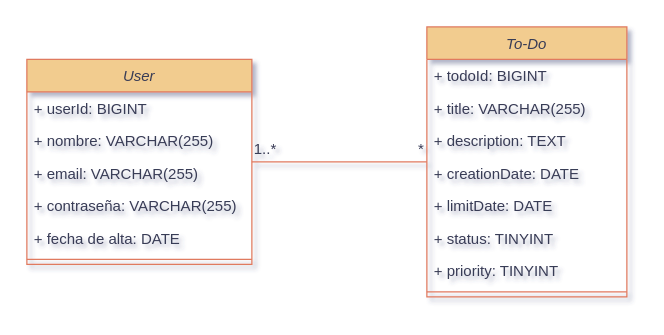
Before: BDA-P2.drawio in UlloaSP/BDA-P2, a draw.io diagram. Source tidied: cells renumbered, new cells numbered last; positions are measured from the earlier drawing's top-left corner, leaving out a move shared by most shapes. Both pictures are drawn from the tidied source at 125%, with x=0, y=0 at pixel (26, 26).
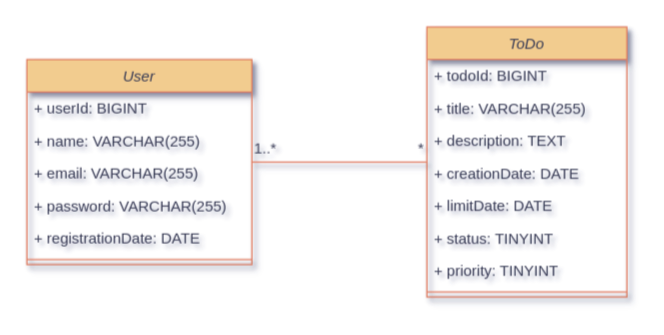
The same page after the edit.

The edit, as a diff of the source:
```diff
@@
-    <mxCell id="2" value="User" style="swimlane;fontStyle=2;align=center;verticalAlign=top;horizontal=1;startSize=26;rounded=0;shadow=0;strokeWidth=1;labelBackgroundColor=none;fillColor=#F2CC8F;strokeColor=#E07A5F;fontColor=#393C56;" parent="1" vertex="1">
+    <mxCell id="2" value="User" style="swimlane;fontStyle=2;align=center;verticalAlign=top;horizontal=1;startSize=26;rounded=0;shadow=1;strokeWidth=1;labelBackgroundColor=none;fillColor=#F2CC8F;strokeColor=#E07A5F;fontColor=#393C56;" parent="1" vertex="1">
       <mxGeometry y="26" width="180" height="164" as="geometry" />
     </mxCell>
-    <mxCell id="3" value="+ userId: BIGINT" style="text;align=left;verticalAlign=top;spacingLeft=4;spacingRight=4;overflow=hidden;labelBackgroundColor=none;fontColor=#393C56;" parent="2" vertex="1">
+    <mxCell id="3" value="+ userId: BIGINT" style="text;align=left;verticalAlign=top;spacingLeft=4;spacingRight=4;overflow=hidden;labelBackgroundColor=none;fontColor=#393C56;shadow=1;" parent="2" vertex="1">
       <mxGeometry y="26" width="180" height="26" as="geometry" />
     </mxCell>
-    <mxCell id="4" value="+ nombre: VARCHAR(255)" style="text;align=left;verticalAlign=top;spacingLeft=4;spacingRight=4;overflow=hidden;rounded=0;shadow=0;html=0;labelBackgroundColor=none;fontColor=#393C56;" parent="2" vertex="1">
+    <mxCell id="4" value="+ name: VARCHAR(255)" style="text;align=left;verticalAlign=top;spacingLeft=4;spacingRight=4;overflow=hidden;rounded=0;shadow=1;html=0;labelBackgroundColor=none;fontColor=#393C56;" parent="2" vertex="1">
       <mxGeometry y="52" width="180" height="26" as="geometry" />
     </mxCell>
-    <mxCell id="5" value="+ email: VARCHAR(255)" style="text;align=left;verticalAlign=top;spacingLeft=4;spacingRight=4;overflow=hidden;rounded=0;shadow=0;html=0;labelBackgroundColor=none;fontColor=#393C56;" parent="2" vertex="1">
+    <mxCell id="5" value="+ email: VARCHAR(255)" style="text;align=left;verticalAlign=top;spacingLeft=4;spacingRight=4;overflow=hidden;rounded=0;shadow=1;html=0;labelBackgroundColor=none;fontColor=#393C56;" parent="2" vertex="1">
       <mxGeometry y="78" width="180" height="26" as="geometry" />
     </mxCell>
-    <mxCell id="6" value="+ contraseña: VARCHAR(255)" style="text;align=left;verticalAlign=top;spacingLeft=4;spacingRight=4;overflow=hidden;rounded=0;shadow=0;html=0;labelBackgroundColor=none;fontColor=#393C56;" parent="2" vertex="1">
+    <mxCell id="6" value="+ password: VARCHAR(255)" style="text;align=left;verticalAlign=top;spacingLeft=4;spacingRight=4;overflow=hidden;rounded=0;shadow=1;html=0;labelBackgroundColor=none;fontColor=#393C56;" parent="2" vertex="1">
       <mxGeometry y="104" width="180" height="26" as="geometry" />
     </mxCell>
-    <mxCell id="7" value="+ fecha de alta: DATE" style="text;align=left;verticalAlign=top;spacingLeft=4;spacingRight=4;overflow=hidden;rounded=0;shadow=0;html=0;labelBackgroundColor=none;fontColor=#393C56;" parent="2" vertex="1">
+    <mxCell id="7" value="+ registrationDate: DATE" style="text;align=left;verticalAlign=top;spacingLeft=4;spacingRight=4;overflow=hidden;rounded=0;shadow=1;html=0;labelBackgroundColor=none;fontColor=#393C56;" parent="2" vertex="1">
       <mxGeometry y="130" width="180" height="26" as="geometry" />
     </mxCell>
-    <mxCell id="8" style="line;html=1;strokeWidth=1;align=left;verticalAlign=middle;spacingTop=-1;spacingLeft=3;spacingRight=3;labelPosition=right;labelBackgroundColor=none;fillColor=#F2CC8F;strokeColor=#E07A5F;fontColor=#393C56;" parent="2" vertex="1">
+    <mxCell id="8" style="line;html=1;strokeWidth=1;align=left;verticalAlign=middle;spacingTop=-1;spacingLeft=3;spacingRight=3;labelPosition=right;labelBackgroundColor=none;fillColor=#F2CC8F;strokeColor=#E07A5F;fontColor=#393C56;shadow=1;" parent="2" vertex="1">
       <mxGeometry y="156" width="180" height="8" as="geometry" />
     </mxCell>
-    <mxCell id="9" value="To-Do" style="swimlane;fontStyle=2;align=center;verticalAlign=top;horizontal=1;startSize=26;rounded=0;shadow=0;strokeWidth=1;labelBackgroundColor=none;fillColor=#F2CC8F;strokeColor=#E07A5F;fontColor=#393C56;" parent="1" vertex="1">
+    <mxCell id="9" value="ToDo" style="swimlane;fontStyle=2;align=center;verticalAlign=top;horizontal=1;startSize=26;rounded=0;shadow=1;strokeWidth=1;labelBackgroundColor=none;fillColor=#F2CC8F;strokeColor=#E07A5F;fontColor=#393C56;" parent="1" vertex="1">
       <mxGeometry x="320" width="160" height="216" as="geometry" />
     </mxCell>
-    <mxCell id="10" value="+ todoId: BIGINT" style="text;align=left;verticalAlign=top;spacingLeft=4;spacingRight=4;overflow=hidden;labelBackgroundColor=none;fontColor=#393C56;" parent="9" vertex="1">
+    <mxCell id="10" value="+ todoId: BIGINT" style="text;align=left;verticalAlign=top;spacingLeft=4;spacingRight=4;overflow=hidden;labelBackgroundColor=none;fontColor=#393C56;shadow=1;" parent="9" vertex="1">
       <mxGeometry y="26" width="160" height="26" as="geometry" />
     </mxCell>
-    <mxCell id="11" value="+ title: VARCHAR(255)" style="text;align=left;verticalAlign=top;spacingLeft=4;spacingRight=4;overflow=hidden;rounded=0;shadow=0;html=0;labelBackgroundColor=none;fontColor=#393C56;" parent="9" vertex="1">
+    <mxCell id="11" value="+ title: VARCHAR(255)" style="text;align=left;verticalAlign=top;spacingLeft=4;spacingRight=4;overflow=hidden;rounded=0;shadow=1;html=0;labelBackgroundColor=none;fontColor=#393C56;" parent="9" vertex="1">
       <mxGeometry y="52" width="160" height="26" as="geometry" />
     </mxCell>
-    <mxCell id="12" value="+ description: TEXT" style="text;align=left;verticalAlign=top;spacingLeft=4;spacingRight=4;overflow=hidden;rounded=0;shadow=0;html=0;labelBackgroundColor=none;fontColor=#393C56;" parent="9" vertex="1">
+    <mxCell id="12" value="+ description: TEXT" style="text;align=left;verticalAlign=top;spacingLeft=4;spacingRight=4;overflow=hidden;rounded=0;shadow=1;html=0;labelBackgroundColor=none;fontColor=#393C56;" parent="9" vertex="1">
       <mxGeometry y="78" width="160" height="26" as="geometry" />
     </mxCell>
-    <mxCell id="13" value="+ creationDate: DATE" style="text;align=left;verticalAlign=top;spacingLeft=4;spacingRight=4;overflow=hidden;rounded=0;shadow=0;html=0;labelBackgroundColor=none;fontColor=#393C56;" parent="9" vertex="1">
+    <mxCell id="13" value="+ creationDate: DATE" style="text;align=left;verticalAlign=top;spacingLeft=4;spacingRight=4;overflow=hidden;rounded=0;shadow=1;html=0;labelBackgroundColor=none;fontColor=#393C56;" parent="9" vertex="1">
       <mxGeometry y="104" width="160" height="26" as="geometry" />
     </mxCell>
-    <mxCell id="14" value="+ limitDate: DATE" style="text;align=left;verticalAlign=top;spacingLeft=4;spacingRight=4;overflow=hidden;rounded=0;shadow=0;html=0;labelBackgroundColor=none;fontColor=#393C56;" parent="9" vertex="1">
+    <mxCell id="14" value="+ limitDate: DATE" style="text;align=left;verticalAlign=top;spacingLeft=4;spacingRight=4;overflow=hidden;rounded=0;shadow=1;html=0;labelBackgroundColor=none;fontColor=#393C56;" parent="9" vertex="1">
       <mxGeometry y="130" width="160" height="26" as="geometry" />
     </mxCell>
-    <mxCell id="15" value="+ status: TINYINT" style="text;align=left;verticalAlign=top;spacingLeft=4;spacingRight=4;overflow=hidden;rounded=0;shadow=0;html=0;labelBackgroundColor=none;fontColor=#393C56;" parent="9" vertex="1">
+    <mxCell id="15" value="+ status: TINYINT" style="text;align=left;verticalAlign=top;spacingLeft=4;spacingRight=4;overflow=hidden;rounded=0;shadow=1;html=0;labelBackgroundColor=none;fontColor=#393C56;" parent="9" vertex="1">
       <mxGeometry y="156" width="160" height="26" as="geometry" />
     </mxCell>
-    <mxCell id="16" value="+ priority: TINYINT" style="text;align=left;verticalAlign=top;spacingLeft=4;spacingRight=4;overflow=hidden;rounded=0;shadow=0;html=0;labelBackgroundColor=none;fontColor=#393C56;" parent="9" vertex="1">
+    <mxCell id="16" value="+ priority: TINYINT" style="text;align=left;verticalAlign=top;spacingLeft=4;spacingRight=4;overflow=hidden;rounded=0;shadow=1;html=0;labelBackgroundColor=none;fontColor=#393C56;" parent="9" vertex="1">
       <mxGeometry y="182" width="160" height="26" as="geometry" />
     </mxCell>
-    <mxCell id="17" style="line;html=1;strokeWidth=1;align=left;verticalAlign=middle;spacingTop=-1;spacingLeft=3;spacingRight=3;labelPosition=right;labelBackgroundColor=none;fillColor=#F2CC8F;strokeColor=#E07A5F;fontColor=#393C56;" parent="9" vertex="1">
+    <mxCell id="17" style="line;html=1;strokeWidth=1;align=left;verticalAlign=middle;spacingTop=-1;spacingLeft=3;spacingRight=3;labelPosition=right;labelBackgroundColor=none;fillColor=#F2CC8F;strokeColor=#E07A5F;fontColor=#393C56;shadow=1;" parent="9" vertex="1">
       <mxGeometry y="208" width="160" height="8" as="geometry" />
     </mxCell>
-    <mxCell id="18" style="endArrow=none;html=1;rounded=0;hachureGap=4;fontFamily=Architects Daughter;curved=0;strokeColor=#E07A5F;labelBackgroundColor=none;fontColor=default;" parent="1" edge="1" source="2" target="9">
+    <mxCell id="18" style="endArrow=none;html=1;rounded=0;hachureGap=4;fontFamily=Architects Daughter;curved=0;strokeColor=#E07A5F;labelBackgroundColor=none;fontColor=default;shadow=1;" parent="1" edge="1" source="2" target="9">
       <mxGeometry relative="1" as="geometry" />
     </mxCell>
-    <mxCell id="19" value="&lt;p align=&quot;left&quot;&gt;1..*&lt;/p&gt;" style="text;html=1;align=left;verticalAlign=middle;whiteSpace=wrap;rounded=0;fontFamily=Helvetica;fontStyle=0;labelBackgroundColor=none;fontColor=#393C56;" parent="1" vertex="1">
+    <mxCell id="19" value="&lt;p align=&quot;left&quot;&gt;1..*&lt;/p&gt;" style="text;html=1;align=left;verticalAlign=middle;whiteSpace=wrap;rounded=0;fontFamily=Helvetica;fontStyle=0;labelBackgroundColor=none;fontColor=#393C56;shadow=1;" parent="1" vertex="1">
       <mxGeometry x="180" y="83" width="20" height="30" as="geometry" />
     </mxCell>
-    <mxCell id="20" value="&lt;div align=&quot;right&quot;&gt;*&lt;/div&gt;" style="text;html=1;align=right;verticalAlign=middle;whiteSpace=wrap;rounded=0;fontFamily=Helvetica;fontStyle=0;labelBackgroundColor=none;fontColor=#393C56;" parent="1" vertex="1">
+    <mxCell id="20" value="&lt;div align=&quot;right&quot;&gt;*&lt;/div&gt;" style="text;html=1;align=right;verticalAlign=middle;whiteSpace=wrap;rounded=0;fontFamily=Helvetica;fontStyle=0;labelBackgroundColor=none;fontColor=#393C56;shadow=1;" parent="1" vertex="1">
       <mxGeometry x="300" y="83" width="20" height="30" as="geometry" />
     </mxCell>
```
